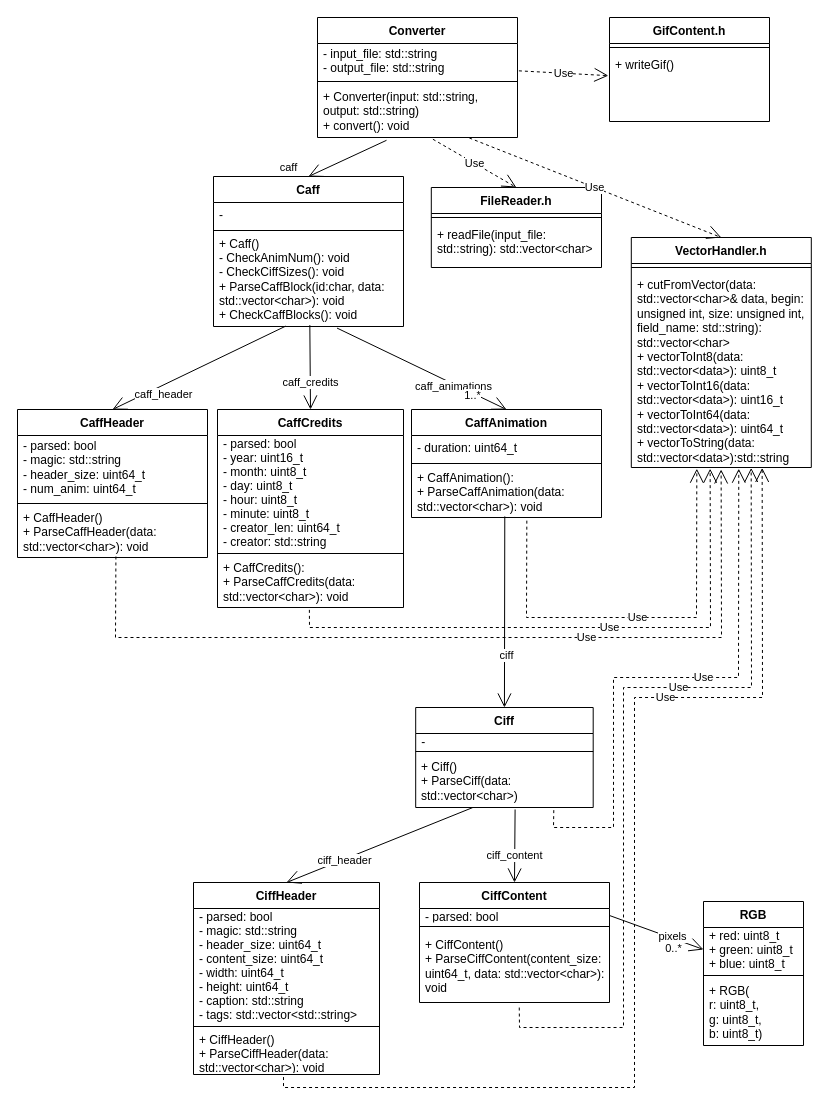
Above: backend/src/parser/docs/parser.drawio in PetoAdam/caffstore (draw.io), before the change. Source tidied: cells renumbered, new cells numbered last; positions are measured from the earlier drawing's top-left corner, leaving out a move shared by most shapes. Both pictures are drawn from the tidied source at 100%, with x=0, y=0 at pixel (17, 17).
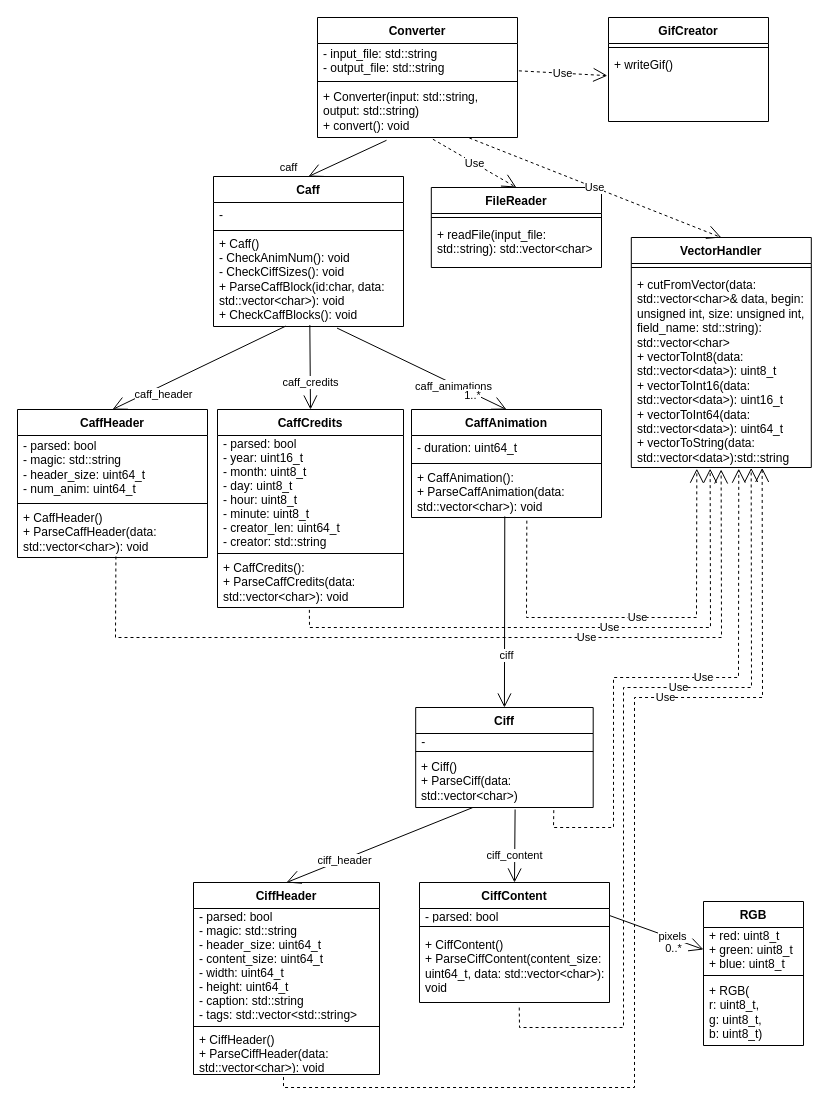
The same diagram, later.

Commit message:
class diagram change

Diff of the diagram source:
```diff
@@
-    <mxCell id="54" value="FileReader.h" style="swimlane;fontStyle=1;align=center;verticalAlign=top;horizontal=1;startSize=26;" parent="1" vertex="1">
+    <mxCell id="54" value="FileReader" style="swimlane;fontStyle=1;align=center;verticalAlign=top;horizontal=1;startSize=26;" parent="1" vertex="1">
       <mxGeometry x="413.8" y="170" width="170.2" height="80" as="geometry" />
     </mxCell>
@@
-    <mxCell id="58" value="VectorHandler.h" style="swimlane;fontStyle=1;align=center;verticalAlign=top;horizontal=1;startSize=26;" parent="1" vertex="1">
+    <mxCell id="58" value="VectorHandler" style="swimlane;fontStyle=1;align=center;verticalAlign=top;horizontal=1;startSize=26;" parent="1" vertex="1">
       <mxGeometry x="613.8" y="220" width="180" height="230" as="geometry" />
     </mxCell>
@@
-    <mxCell id="70" value="GifContent.h" style="swimlane;fontStyle=1;align=center;verticalAlign=top;horizontal=1;startSize=26;" parent="1" vertex="1">
-      <mxGeometry x="592" width="160" height="104" as="geometry" />
+    <mxCell id="70" value="GifCreator&#10;&#10;" style="swimlane;fontStyle=1;align=center;verticalAlign=top;horizontal=1;startSize=26;" parent="1" vertex="1">
+      <mxGeometry x="591" width="160" height="104" as="geometry" />
     </mxCell>
```
